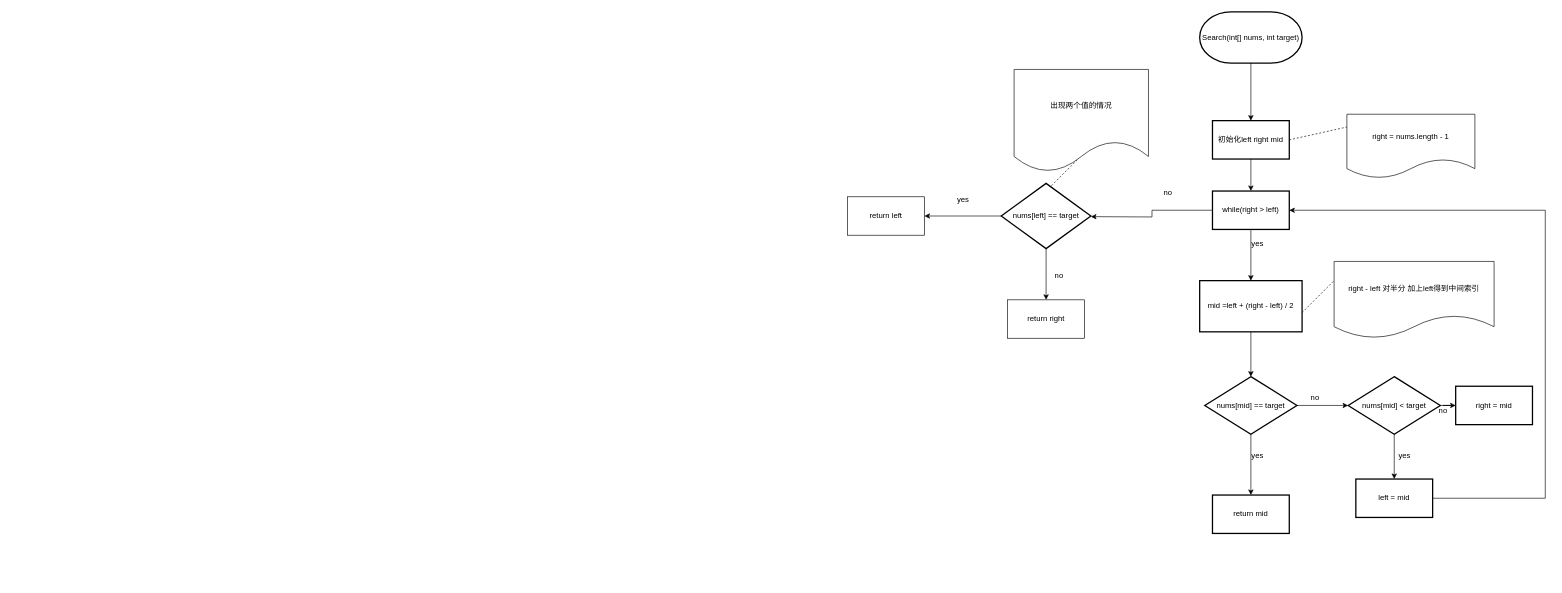
This is search.drawio from QAQSly/QAQSly, a draw.io file, before an edit. Source tidied: cells renumbered, new cells numbered last; positions are measured from the earlier drawing's top-left corner, leaving out a move shared by most shapes. Both pictures are drawn from the tidied source at 64%, with x=0, y=0 at pixel (847, 12).
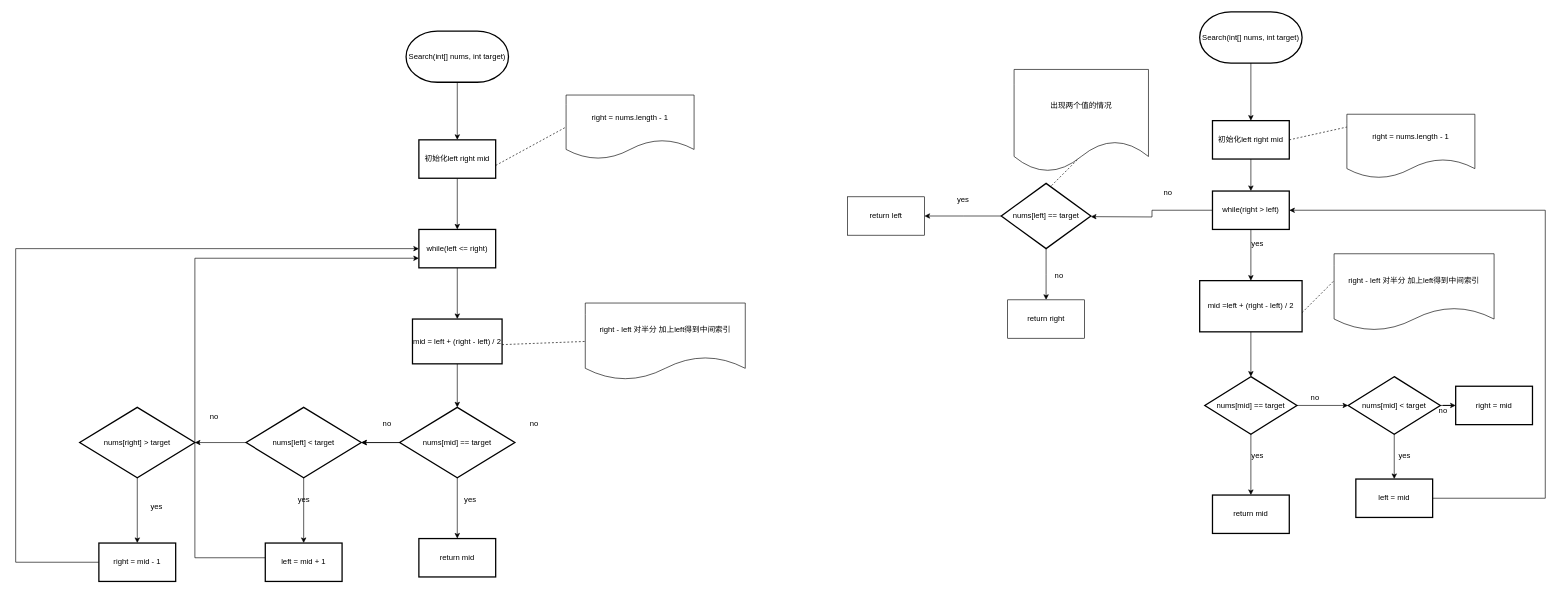
The same diagram, later.

Diff of the diagram source:
```diff
@@
     <mxCell id="13" value="right - left 对半分 加上left得到中间索引" style="shape=document;whiteSpace=wrap;html=1;boundedLbl=1;" parent="1" vertex="1">
-      <mxGeometry x="760" y="390" width="250" height="120" as="geometry" />
+      <mxGeometry x="760" y="378" width="250" height="120" as="geometry" />
     </mxCell>
@@
+    <mxCell id="40" style="edgeStyle=orthogonalEdgeStyle;rounded=0;jettySize=auto;html=1;" parent="1" edge="1" source="41" target="43">
+      <mxGeometry relative="1" as="geometry" />
+    </mxCell>
+    <mxCell id="41" value="Search(int[] nums, int target)" style="strokeWidth=2;html=1;shape=mxgraph.flowchart.terminator;whiteSpace=wrap;" parent="1" vertex="1">
+      <mxGeometry x="-690" y="30" width="160" height="80" as="geometry" />
+    </mxCell>
+    <mxCell id="42" style="edgeStyle=orthogonalEdgeStyle;rounded=0;jettySize=auto;html=1;" parent="1" edge="1" source="43" target="47">
+      <mxGeometry relative="1" as="geometry" />
+    </mxCell>
+    <mxCell id="43" value="初始化left right mid" style="whiteSpace=wrap;html=1;strokeWidth=2;" parent="1" vertex="1">
+      <mxGeometry x="-670" y="200" width="120" height="60" as="geometry" />
+    </mxCell>
+    <mxCell id="44" value="right = nums.length - 1" style="shape=document;whiteSpace=wrap;html=1;boundedLbl=1;" parent="1" vertex="1">
+      <mxGeometry x="-440" y="130" width="200" height="100" as="geometry" />
+    </mxCell>
+    <mxCell id="45" style="endArrow=none;dashed=1;html=1;rounded=0;entryX=0;entryY=0.5;entryDx=0;entryDy=0;" parent="1" edge="1" target="44">
+      <mxGeometry relative="1" as="geometry">
+        <mxPoint x="-550" y="240" as="sourcePoint" />
+      </mxGeometry>
+    </mxCell>
+    <mxCell id="46" style="edgeStyle=orthogonalEdgeStyle;rounded=0;jettySize=auto;html=1;" parent="1" edge="1" source="47" target="53">
+      <mxGeometry relative="1" as="geometry" />
+    </mxCell>
+    <mxCell id="47" value="while(left &amp;lt;= right)" style="whiteSpace=wrap;html=1;strokeWidth=2;" parent="1" vertex="1">
+      <mxGeometry x="-670" y="340" width="120" height="60" as="geometry" />
+    </mxCell>
+    <mxCell id="48" style="edgeStyle=orthogonalEdgeStyle;rounded=0;jettySize=auto;html=1;" parent="1" edge="1" source="51" target="56">
+      <mxGeometry relative="1" as="geometry" />
+    </mxCell>
+    <mxCell id="49" style="edgeStyle=orthogonalEdgeStyle;rounded=0;jettySize=auto;html=1;" parent="1" edge="1" source="51" target="59">
+      <mxGeometry relative="1" as="geometry" />
+    </mxCell>
+    <mxCell id="50" style="edgeStyle=orthogonalEdgeStyle;rounded=0;jettySize=auto;html=1;" parent="1" edge="1" source="51" target="59">
+      <mxGeometry relative="1" as="geometry" />
+    </mxCell>
+    <mxCell id="51" value="nums[mid] == target" style="rhombus;whiteSpace=wrap;html=1;strokeWidth=2;" parent="1" vertex="1">
+      <mxGeometry x="-700" y="618" width="180" height="110" as="geometry" />
+    </mxCell>
+    <mxCell id="52" style="edgeStyle=orthogonalEdgeStyle;rounded=0;jettySize=auto;html=1;entryX=0.5;entryY=0;entryDx=0;entryDy=0;" parent="1" edge="1" source="53" target="51">
+      <mxGeometry relative="1" as="geometry" />
+    </mxCell>
+    <mxCell id="53" value="mid = left + (right - left) / 2" style="whiteSpace=wrap;html=1;strokeWidth=2;" parent="1" vertex="1">
+      <mxGeometry x="-680" y="480" width="140" height="70" as="geometry" />
+    </mxCell>
+    <mxCell id="54" value="right - left 对半分 加上left得到中间索引" style="shape=document;whiteSpace=wrap;html=1;boundedLbl=1;" parent="1" vertex="1">
+      <mxGeometry x="-410" y="455" width="250" height="120" as="geometry" />
+    </mxCell>
+    <mxCell id="55" style="endArrow=none;dashed=1;html=1;rounded=0;entryX=0;entryY=0.5;entryDx=0;entryDy=0;" parent="1" edge="1" target="54">
+      <mxGeometry relative="1" as="geometry">
+        <mxPoint x="-540" y="520" as="sourcePoint" />
+      </mxGeometry>
+    </mxCell>
+    <mxCell id="56" value="return mid" style="whiteSpace=wrap;html=1;strokeWidth=2;" parent="1" vertex="1">
+      <mxGeometry x="-670" y="823" width="120" height="60" as="geometry" />
+    </mxCell>
+    <mxCell id="57" style="edgeStyle=orthogonalEdgeStyle;rounded=0;jettySize=auto;html=1;" parent="1" edge="1" source="59" target="61">
+      <mxGeometry relative="1" as="geometry" />
+    </mxCell>
+    <mxCell id="58" style="edgeStyle=orthogonalEdgeStyle;rounded=0;jettySize=auto;html=1;" parent="1" edge="1" source="59" target="67">
+      <mxGeometry relative="1" as="geometry" />
+    </mxCell>
+    <mxCell id="59" value="nums[left] &amp;lt; target" style="rhombus;whiteSpace=wrap;html=1;strokeWidth=2;" parent="1" vertex="1">
+      <mxGeometry x="-940" y="618" width="180" height="110" as="geometry" />
+    </mxCell>
+    <mxCell id="60" style="edgeStyle=orthogonalEdgeStyle;rounded=0;jettySize=auto;html=1;entryX=0;entryY=0.75;entryDx=0;entryDy=0;" parent="1" edge="1" source="61" target="47">
+      <mxGeometry relative="1" as="geometry">
+        <Array as="points">
+          <mxPoint x="-1020" y="853" />
+          <mxPoint x="-1020" y="385" />
+        </Array>
+      </mxGeometry>
+    </mxCell>
+    <mxCell id="61" value="left = mid + 1" style="whiteSpace=wrap;html=1;strokeWidth=2;" parent="1" vertex="1">
+      <mxGeometry x="-910" y="830" width="120" height="60" as="geometry" />
+    </mxCell>
+    <mxCell id="62" value="yes" style="text;html=1;align=center;verticalAlign=middle;strokeColor=none;fillColor=none;" parent="1" vertex="1">
+      <mxGeometry x="-610" y="748" width="40" height="30" as="geometry" />
+    </mxCell>
+    <mxCell id="63" value="no" style="text;html=1;align=center;verticalAlign=middle;strokeColor=none;fillColor=none;" parent="1" vertex="1">
+      <mxGeometry x="-740" y="628" width="40" height="30" as="geometry" />
+    </mxCell>
+    <mxCell id="64" value="no" style="text;html=1;align=center;verticalAlign=middle;strokeColor=none;fillColor=none;" parent="1" vertex="1">
+      <mxGeometry x="-510" y="628" width="40" height="30" as="geometry" />
+    </mxCell>
+    <mxCell id="65" value="yes" style="text;html=1;align=center;verticalAlign=middle;strokeColor=none;fillColor=none;" parent="1" vertex="1">
+      <mxGeometry x="-870" y="748" width="40" height="30" as="geometry" />
+    </mxCell>
+    <mxCell id="66" style="edgeStyle=orthogonalEdgeStyle;rounded=0;jettySize=auto;html=1;" parent="1" edge="1" source="67" target="69">
+      <mxGeometry relative="1" as="geometry" />
+    </mxCell>
+    <mxCell id="67" value="nums[right] &amp;gt; target" style="rhombus;whiteSpace=wrap;html=1;strokeWidth=2;" parent="1" vertex="1">
+      <mxGeometry x="-1200" y="618" width="180" height="110" as="geometry" />
+    </mxCell>
+    <mxCell id="68" style="edgeStyle=orthogonalEdgeStyle;rounded=0;jettySize=auto;html=1;entryX=0;entryY=0.5;entryDx=0;entryDy=0;" parent="1" edge="1" source="69" target="47">
+      <mxGeometry relative="1" as="geometry">
+        <Array as="points">
+          <mxPoint x="-1300" y="860" />
+          <mxPoint x="-1300" y="370" />
+        </Array>
+      </mxGeometry>
+    </mxCell>
+    <mxCell id="69" value="right = mid - 1" style="whiteSpace=wrap;html=1;strokeWidth=2;" parent="1" vertex="1">
+      <mxGeometry x="-1170" y="830" width="120" height="60" as="geometry" />
+    </mxCell>
+    <mxCell id="70" value="no" style="text;html=1;align=center;verticalAlign=middle;strokeColor=none;fillColor=none;" parent="1" vertex="1">
+      <mxGeometry x="-1010" y="618" width="40" height="30" as="geometry" />
+    </mxCell>
+    <mxCell id="71" value="yes" style="text;html=1;align=center;verticalAlign=middle;strokeColor=none;fillColor=none;" parent="1" vertex="1">
+      <mxGeometry x="-1100" y="758" width="40" height="30" as="geometry" />
+    </mxCell>
```
